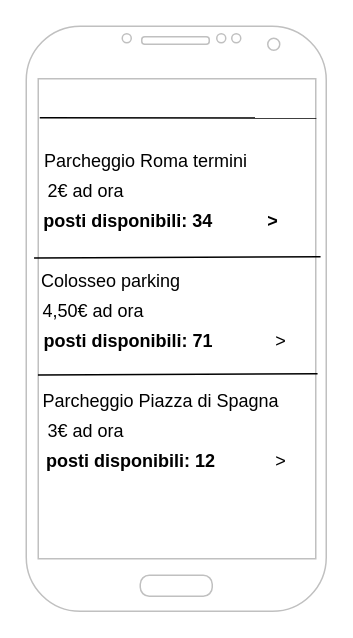
The draw.io diagram Wireframe.drawio in M-Sor02/2020-21-webdesign-verifica, before the edit. Source tidied: cells renumbered, new cells numbered last; positions are measured from the earlier drawing's top-left corner, leaving out a move shared by most shapes. Both pictures are drawn from the tidied source at 150%, with x=0, y=0 at pixel (26, 26).
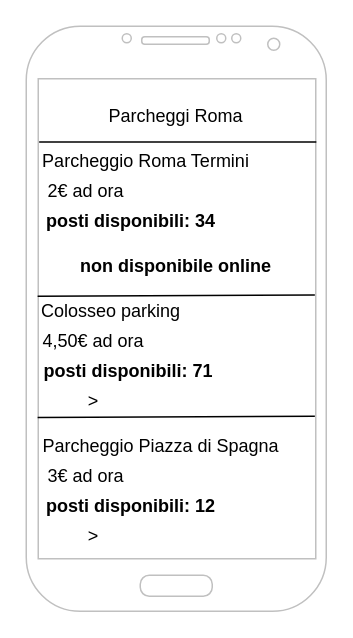
The same page after the edit.

Unchanged cells that the change refers to:
```xml
<mxCell id="2" style="verticalLabelPosition=bottom;verticalAlign=top;html=1;shadow=0;dashed=0;strokeWidth=1;shape=mxgraph.android.phone2;strokeColor=#c0c0c0;" parent="1" vertex="1">
  <mxGeometry width="200" height="390" as="geometry" />
</mxCell>
```

The edit, as a diff of the source:
```diff
@@
-    <mxCell id="3" value="Parcheggio Roma termini" style="text;html=1;strokeColor=none;fillColor=none;align=center;verticalAlign=middle;whiteSpace=wrap;rounded=0;" parent="1" vertex="1">
-      <mxGeometry x="10" y="80" width="140" height="20" as="geometry" />
+    <mxCell id="3" value="Parcheggio Roma Termini" style="text;html=1;strokeColor=none;fillColor=none;align=center;verticalAlign=middle;whiteSpace=wrap;rounded=0;" parent="1" vertex="1">
+      <mxGeometry x="5" y="80" width="150" height="20" as="geometry" />
     </mxCell>
     <mxCell id="4" value="&amp;nbsp;Colosseo parking" style="text;html=1;strokeColor=none;fillColor=none;align=center;verticalAlign=middle;whiteSpace=wrap;rounded=0;" parent="1" vertex="1">
-      <mxGeometry y="160" width="110" height="20" as="geometry" />
+      <mxGeometry y="180" width="110" height="20" as="geometry" />
     </mxCell>
     <mxCell id="5" value="Parcheggio Piazza di Spagna" style="text;html=1;strokeColor=none;fillColor=none;align=center;verticalAlign=middle;whiteSpace=wrap;rounded=0;" parent="1" vertex="1">
-      <mxGeometry x="10" y="240" width="160" height="20" as="geometry" />
+      <mxGeometry x="10" y="270" width="160" height="20" as="geometry" />
     </mxCell>
@@
     <mxCell id="7" value="4,50€ ad ora" style="text;html=1;strokeColor=none;fillColor=none;align=center;verticalAlign=middle;whiteSpace=wrap;rounded=0;" parent="1" vertex="1">
-      <mxGeometry x="10" y="180" width="70" height="20" as="geometry" />
+      <mxGeometry x="10" y="200" width="70" height="20" as="geometry" />
     </mxCell>
     <mxCell id="8" value="3€ ad ora" style="text;html=1;strokeColor=none;fillColor=none;align=center;verticalAlign=middle;whiteSpace=wrap;rounded=0;" parent="1" vertex="1">
-      <mxGeometry x="10" y="260" width="60" height="20" as="geometry" />
+      <mxGeometry x="10" y="290" width="60" height="20" as="geometry" />
     </mxCell>
-    <mxCell id="9" value="&lt;b&gt;posti disponibili: 34&amp;nbsp; &amp;nbsp; &amp;nbsp; &amp;nbsp; &amp;nbsp; &amp;nbsp;&amp;gt;&amp;nbsp; &amp;nbsp; &amp;nbsp;&amp;nbsp;&lt;/b&gt;" style="text;html=1;strokeColor=none;fillColor=none;align=center;verticalAlign=middle;whiteSpace=wrap;rounded=0;" parent="1" vertex="1">
-      <mxGeometry x="10" y="120" width="180" height="20" as="geometry" />
+    <mxCell id="9" value="&lt;b&gt;posti disponibili: 34&lt;/b&gt;" style="text;html=1;strokeColor=none;fillColor=none;align=center;verticalAlign=middle;whiteSpace=wrap;rounded=0;" parent="1" vertex="1">
+      <mxGeometry x="10" y="120" width="120" height="20" as="geometry" />
     </mxCell>
     <mxCell id="10" value="&lt;b&gt;posti disponibili: 71&amp;nbsp; &amp;nbsp; &amp;nbsp; &amp;nbsp;&lt;/b&gt;" style="text;html=1;strokeColor=none;fillColor=none;align=center;verticalAlign=middle;whiteSpace=wrap;rounded=0;" parent="1" vertex="1">
-      <mxGeometry x="10" y="200" width="140" height="20" as="geometry" />
+      <mxGeometry x="10" y="220" width="140" height="20" as="geometry" />
     </mxCell>
     <mxCell id="11" value="&lt;b&gt;posti disponibili: 12&lt;/b&gt;" style="text;html=1;strokeColor=none;fillColor=none;align=center;verticalAlign=middle;whiteSpace=wrap;rounded=0;" parent="1" vertex="1">
-      <mxGeometry x="10" y="280" width="120" height="20" as="geometry" />
+      <mxGeometry x="10" y="310" width="120" height="20" as="geometry" />
     </mxCell>
-    <mxCell id="12" style="endArrow=none;html=1;exitX=0.026;exitY=0.396;exitDx=0;exitDy=0;exitPerimeter=0;entryX=0.981;entryY=0.394;entryDx=0;entryDy=0;entryPerimeter=0;" parent="1" edge="1" source="2" target="2">
-      <mxGeometry relative="1" as="geometry" />
-    </mxCell>
-    <mxCell id="13" style="endArrow=none;html=1;exitX=0.039;exitY=0.596;exitDx=0;exitDy=0;exitPerimeter=0;entryX=0.971;entryY=0.594;entryDx=0;entryDy=0;entryPerimeter=0;" parent="1" edge="1" source="2" target="2">
-      <mxGeometry relative="1" as="geometry" />
-    </mxCell>
-    <mxCell id="14" value="&amp;gt;" style="text;html=1;strokeColor=none;fillColor=none;align=center;verticalAlign=middle;whiteSpace=wrap;rounded=0;" parent="1" vertex="1">
-      <mxGeometry x="150" y="200" width="40" height="20" as="geometry" />
-    </mxCell>
-    <mxCell id="15" value="&amp;gt;" style="text;html=1;strokeColor=none;fillColor=none;align=center;verticalAlign=middle;whiteSpace=wrap;rounded=0;" parent="1" vertex="1">
-      <mxGeometry x="150" y="280" width="40" height="20" as="geometry" />
-    </mxCell>
-    <mxCell id="16" style="endArrow=none;html=1;entryX=0.967;entryY=0.157;entryDx=0;entryDy=0;entryPerimeter=0;" parent="1" edge="1" target="2">
-      <mxGeometry relative="1" as="geometry">
-        <mxPoint x="9" y="61" as="sourcePoint" />
-      </mxGeometry>
+    <mxCell id="16" style="endArrow=none;html=1;entryX=0.967;entryY=0.198;entryDx=0;entryDy=0;entryPerimeter=0;exitX=0.043;exitY=0.198;exitDx=0;exitDy=0;exitPerimeter=0;" parent="1" edge="1" source="2" target="2">
+      <mxGeometry relative="1" as="geometry" />
     </mxCell>
+    <mxCell id="17" value="non disponibile online" style="text;html=1;strokeColor=none;fillColor=none;align=center;verticalAlign=middle;whiteSpace=wrap;rounded=0;fontStyle=1;" parent="1" vertex="1">
+      <mxGeometry x="35" y="140" width="130" height="40" as="geometry" />
+    </mxCell>
+    <mxCell id="18" value="&amp;gt;" style="text;html=1;strokeColor=none;fillColor=none;align=center;verticalAlign=middle;whiteSpace=wrap;rounded=0;" parent="1" vertex="1">
+      <mxGeometry x="25" y="240" width="40" height="20" as="geometry" />
+    </mxCell>
+    <mxCell id="19" value="&amp;gt;" style="text;html=1;strokeColor=none;fillColor=none;align=center;verticalAlign=middle;whiteSpace=wrap;rounded=0;" parent="1" vertex="1">
+      <mxGeometry x="25" y="330" width="40" height="20" as="geometry" />
+    </mxCell>
+    <mxCell id="20" style="endArrow=none;html=1;entryX=0.967;entryY=0.157;entryDx=0;entryDy=0;entryPerimeter=0;exitX=0.043;exitY=0.159;exitDx=0;exitDy=0;exitPerimeter=0;" parent="1" edge="1">
+      <mxGeometry relative="1" as="geometry">
+        <mxPoint x="7.6" y="180" as="sourcePoint" />
+        <mxPoint x="192.4" y="179.2" as="targetPoint" />
+      </mxGeometry>
+    </mxCell>
+    <mxCell id="21" style="endArrow=none;html=1;entryX=0.967;entryY=0.157;entryDx=0;entryDy=0;entryPerimeter=0;exitX=0.043;exitY=0.159;exitDx=0;exitDy=0;exitPerimeter=0;" parent="1" edge="1">
+      <mxGeometry relative="1" as="geometry">
+        <mxPoint x="7.6" y="260.8" as="sourcePoint" />
+        <mxPoint x="192.4" y="260" as="targetPoint" />
+      </mxGeometry>
+    </mxCell>
+    <mxCell id="22" value="Parcheggi Roma" style="text;html=1;strokeColor=none;fillColor=none;align=center;verticalAlign=middle;whiteSpace=wrap;rounded=0;" parent="1" vertex="1">
+      <mxGeometry x="30" y="50" width="140" height="20" as="geometry" />
+    </mxCell>
```
